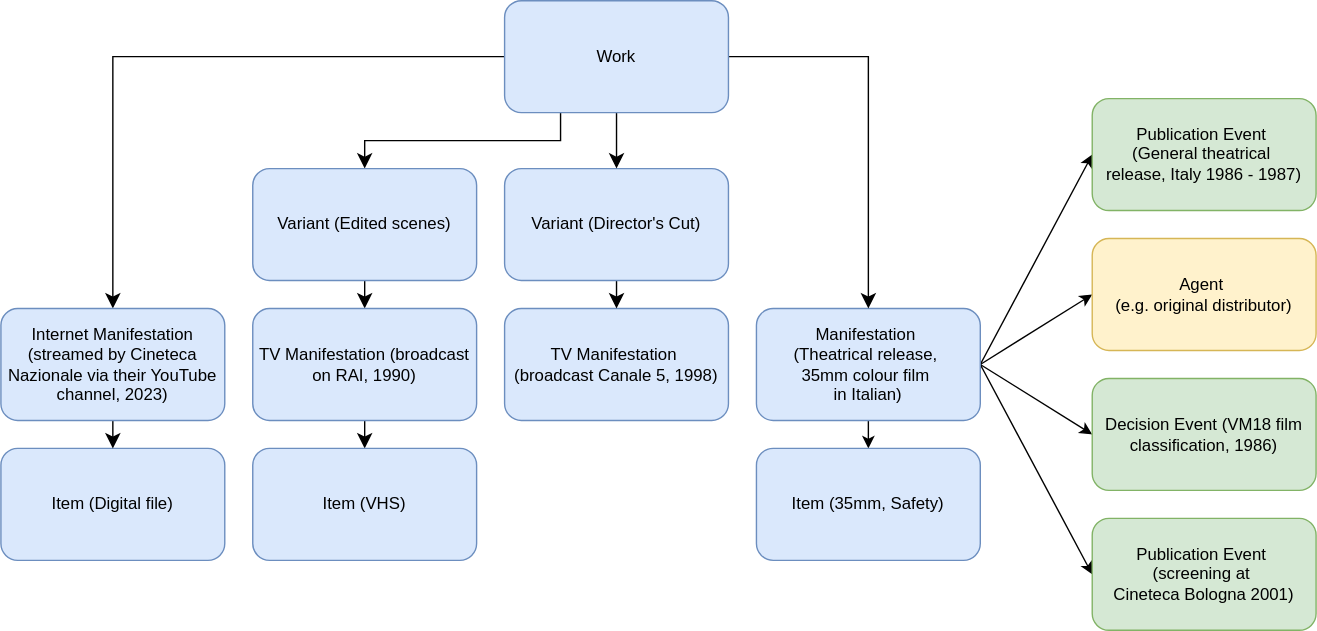
Above: markdown/diagrams/bme_02.drawio.svg in FIAF/fiaf-cataloguing-manual (draw.io), before the change. Source tidied: cells renumbered, new cells last; positions are measured from the earlier drawing's top-left corner, leaving out a move shared by most shapes.
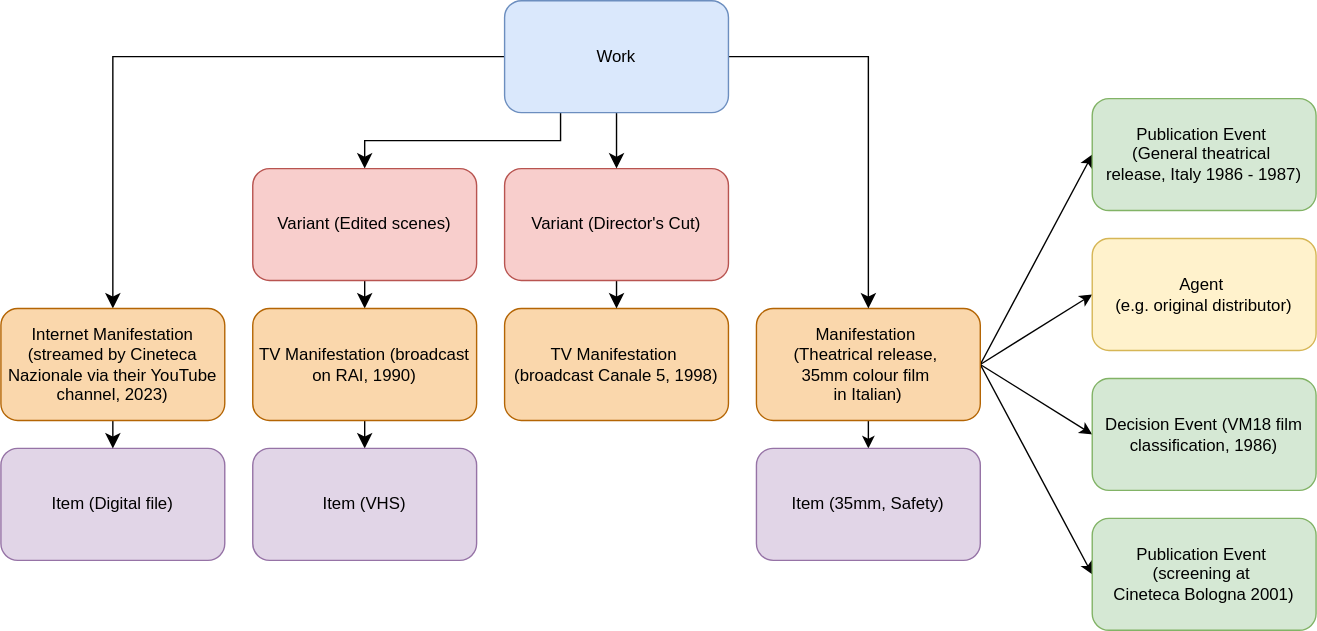
The same file after the commit.

Change to the diagram source:
```diff
@@ -17,7 +17,7 @@
     <mxCell id="6" style="rounded=0;jettySize=auto;html=1;exitX=1;exitY=0.5;exitDx=0;exitDy=0;entryX=0;entryY=0.5;entryDx=0;entryDy=0;" parent="1" edge="1" source="7" target="11">
       <mxGeometry relative="1" as="geometry" />
     </mxCell>
-    <mxCell id="7" value="&lt;div&gt;Manifestation&amp;nbsp;&lt;/div&gt;&lt;div&gt;(Theatrical release,&amp;nbsp;&lt;/div&gt;&lt;div&gt;35mm colour&amp;nbsp;film&amp;nbsp;&lt;/div&gt;&lt;div&gt;in Italian)&lt;/div&gt;" style="rounded=1;whiteSpace=wrap;html=1;fillColor=#dae8fc;strokeColor=#6c8ebf;" parent="1" vertex="1">
+    <mxCell id="7" value="&lt;div&gt;Manifestation&amp;nbsp;&lt;/div&gt;&lt;div&gt;(Theatrical release,&amp;nbsp;&lt;/div&gt;&lt;div&gt;35mm colour&amp;nbsp;film&amp;nbsp;&lt;/div&gt;&lt;div&gt;in Italian)&lt;/div&gt;" style="rounded=1;whiteSpace=wrap;html=1;fillColor=#fad7ac;strokeColor=#b46504;" parent="1" vertex="1">
       <mxGeometry x="540" y="220" width="160" height="80" as="geometry" />
     </mxCell>
     <mxCell id="8" value="&lt;div&gt;Publication Event&amp;nbsp;&lt;/div&gt;&lt;div&gt;(General theatrical&amp;nbsp;&lt;/div&gt;&lt;div&gt;release, Italy 1986 - 1987)&lt;/div&gt;" style="rounded=1;whiteSpace=wrap;html=1;fillColor=#d5e8d4;strokeColor=#82b366;" parent="1" vertex="1">
@@ -32,16 +32,16 @@
     <mxCell id="11" value="&lt;div&gt;Publication Event&amp;nbsp;&lt;/div&gt;&lt;div&gt;(screening at&amp;nbsp;&lt;/div&gt;&lt;div&gt;Cineteca Bologna 2001)&lt;/div&gt;" style="rounded=1;whiteSpace=wrap;html=1;fillColor=#d5e8d4;strokeColor=#82b366;" parent="1" vertex="1">
       <mxGeometry x="780" y="370" width="160" height="80" as="geometry" />
     </mxCell>
-    <mxCell id="12" value="Item (35mm, Safety)" style="rounded=1;whiteSpace=wrap;html=1;fillColor=#dae8fc;strokeColor=#6c8ebf;" parent="1" vertex="1">
+    <mxCell id="12" value="Item (35mm, Safety)" style="rounded=1;whiteSpace=wrap;html=1;fillColor=#e1d5e7;strokeColor=#9673a6;" parent="1" vertex="1">
       <mxGeometry x="540" y="320" width="160" height="80" as="geometry" />
     </mxCell>
-    <mxCell id="13" value="&lt;div&gt;TV Manifestation&amp;nbsp;&lt;/div&gt;&lt;div&gt;(broadcast Canale 5, 1998)&lt;/div&gt;" style="rounded=1;whiteSpace=wrap;html=1;fillColor=#dae8fc;strokeColor=#6c8ebf;" parent="1" vertex="1">
+    <mxCell id="13" value="&lt;div&gt;TV Manifestation&amp;nbsp;&lt;/div&gt;&lt;div&gt;(broadcast Canale 5, 1998)&lt;/div&gt;" style="rounded=1;whiteSpace=wrap;html=1;fillColor=#fad7ac;strokeColor=#b46504;" parent="1" vertex="1">
       <mxGeometry x="360" y="220" width="160" height="80" as="geometry" />
     </mxCell>
     <mxCell id="14" style="edgeStyle=none;curved=1;rounded=0;jettySize=auto;html=1;exitX=0.5;exitY=1;exitDx=0;exitDy=0;entryX=0.5;entryY=0;entryDx=0;entryDy=0;fontSize=12;startSize=8;endSize=8;" parent="1" edge="1" source="15" target="13">
       <mxGeometry relative="1" as="geometry" />
     </mxCell>
-    <mxCell id="15" value="Variant (Director's Cut)" style="rounded=1;whiteSpace=wrap;html=1;fillColor=#dae8fc;strokeColor=#6c8ebf;" parent="1" vertex="1">
+    <mxCell id="15" value="Variant (Director's Cut)" style="rounded=1;whiteSpace=wrap;html=1;fillColor=#f8cecc;strokeColor=#b85450;" parent="1" vertex="1">
       <mxGeometry x="360" y="120" width="160" height="80" as="geometry" />
     </mxCell>
     <mxCell id="16" style="edgeStyle=orthogonalEdgeStyle;rounded=0;jettySize=auto;html=1;exitX=1;exitY=0.5;exitDx=0;exitDy=0;entryX=0.5;entryY=0;entryDx=0;entryDy=0;fontSize=12;startSize=8;endSize=8;" parent="1" edge="1" source="20" target="7">
@@ -62,25 +62,25 @@
     <mxCell id="21" style="edgeStyle=none;curved=1;rounded=0;jettySize=auto;html=1;exitX=0.5;exitY=1;exitDx=0;exitDy=0;entryX=0.5;entryY=0;entryDx=0;entryDy=0;fontSize=12;startSize=8;endSize=8;" parent="1" edge="1" source="22" target="24">
       <mxGeometry relative="1" as="geometry" />
     </mxCell>
-    <mxCell id="22" value="Variant (Edited scenes)" style="rounded=1;whiteSpace=wrap;html=1;fillColor=#dae8fc;strokeColor=#6c8ebf;" parent="1" vertex="1">
+    <mxCell id="22" value="Variant (Edited scenes)" style="rounded=1;whiteSpace=wrap;html=1;fillColor=#f8cecc;strokeColor=#b85450;" parent="1" vertex="1">
       <mxGeometry x="180" y="120" width="160" height="80" as="geometry" />
     </mxCell>
     <mxCell id="23" style="edgeStyle=none;curved=1;rounded=0;jettySize=auto;html=1;exitX=0.5;exitY=1;exitDx=0;exitDy=0;entryX=0.5;entryY=0;entryDx=0;entryDy=0;fontSize=12;startSize=8;endSize=8;" parent="1" edge="1" source="24" target="25">
       <mxGeometry relative="1" as="geometry" />
     </mxCell>
-    <mxCell id="24" value="TV Manifestation (broadcast on RAI, 1990)" style="rounded=1;whiteSpace=wrap;html=1;fillColor=#dae8fc;strokeColor=#6c8ebf;" parent="1" vertex="1">
+    <mxCell id="24" value="TV Manifestation (broadcast on RAI, 1990)" style="rounded=1;whiteSpace=wrap;html=1;fillColor=#fad7ac;strokeColor=#b46504;" parent="1" vertex="1">
       <mxGeometry x="180" y="220" width="160" height="80" as="geometry" />
     </mxCell>
-    <mxCell id="25" value="Item (VHS)" style="rounded=1;whiteSpace=wrap;html=1;fillColor=#dae8fc;strokeColor=#6c8ebf;" parent="1" vertex="1">
+    <mxCell id="25" value="Item (VHS)" style="rounded=1;whiteSpace=wrap;html=1;fillColor=#e1d5e7;strokeColor=#9673a6;" parent="1" vertex="1">
       <mxGeometry x="180" y="320" width="160" height="80" as="geometry" />
     </mxCell>
-    <mxCell id="26" value="Item (Digital file)" style="rounded=1;whiteSpace=wrap;html=1;fillColor=#dae8fc;strokeColor=#6c8ebf;" parent="1" vertex="1">
+    <mxCell id="26" value="Item (Digital file)" style="rounded=1;whiteSpace=wrap;html=1;fillColor=#e1d5e7;strokeColor=#9673a6;" parent="1" vertex="1">
       <mxGeometry y="320" width="160" height="80" as="geometry" />
     </mxCell>
     <mxCell id="27" style="edgeStyle=none;curved=1;rounded=0;jettySize=auto;html=1;exitX=0.5;exitY=1;exitDx=0;exitDy=0;entryX=0.5;entryY=0;entryDx=0;entryDy=0;fontSize=12;startSize=8;endSize=8;" parent="1" edge="1" source="28" target="26">
       <mxGeometry relative="1" as="geometry" />
     </mxCell>
-    <mxCell id="28" value="Internet Manifestation (streamed by Cineteca Nazionale via their YouTube channel, 2023)" style="rounded=1;whiteSpace=wrap;html=1;fillColor=#dae8fc;strokeColor=#6c8ebf;" parent="1" vertex="1">
+    <mxCell id="28" value="Internet Manifestation (streamed by Cineteca Nazionale via their YouTube channel, 2023)" style="rounded=1;whiteSpace=wrap;html=1;fillColor=#fad7ac;strokeColor=#b46504;" parent="1" vertex="1">
       <mxGeometry y="220" width="160" height="80" as="geometry" />
     </mxCell>
   </root>
```
